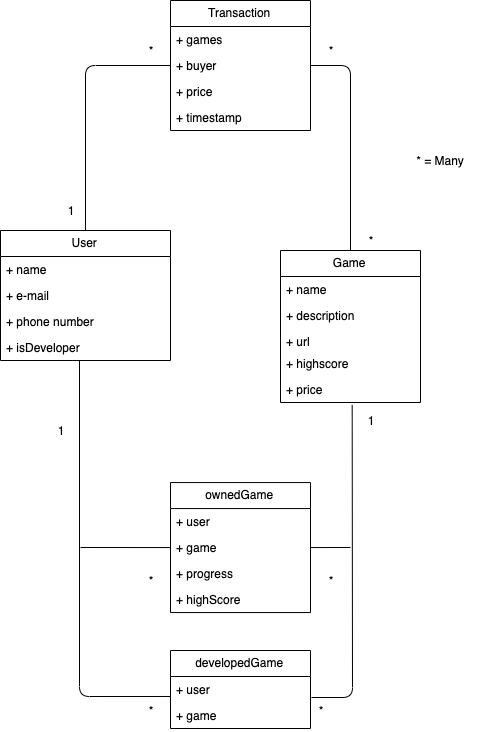
Before: modelsRelation.png, a diagram exported from draw.io (miikkatervo/Game-X-Changers). Source tidied: cells renumbered, new cells last; positions are measured from the earlier drawing's top-left corner, leaving out a move shared by most shapes.
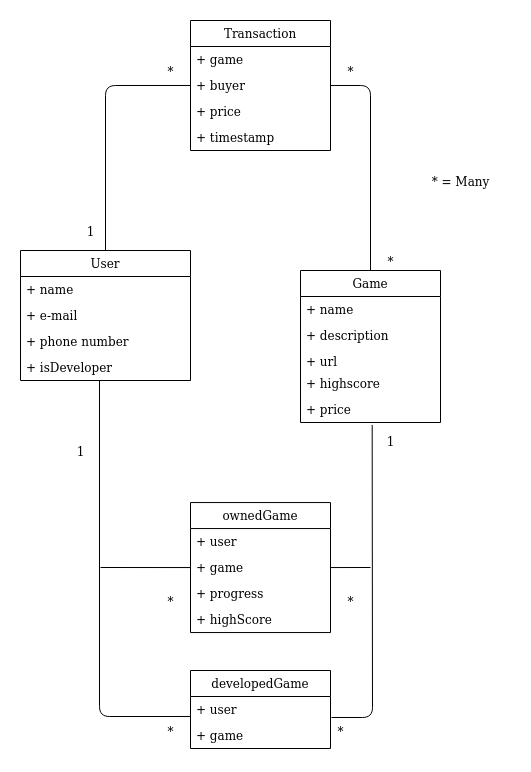
After the change.

What changed in the source:
```diff
@@ -38,9 +38,9 @@
     <mxCell id="13" value="Transaction" style="swimlane;fontStyle=0;horizontal=1;startSize=26;fillColor=none;" parent="1" vertex="1">
       <mxGeometry x="170" width="140" height="130" as="geometry" />
     </mxCell>
-    <mxCell id="14" value="+ games" style="text;strokeColor=none;fillColor=none;align=left;verticalAlign=top;spacingLeft=4;spacingRight=4;overflow=hidden;" parent="13" vertex="1">
-      <mxGeometry y="26" width="140" height="26" as="geometry" />
-    </mxCell>
+    <mxCell id="43" value="+ game" style="text;strokeColor=none;fillColor=none;align=left;verticalAlign=top;spacingLeft=4;spacingRight=4;overflow=hidden;" parent="13" vertex="1">
+      <mxGeometry y="26" width="140" height="26" as="geometry" />
+    </mxCell>
     <mxCell id="15" value="+ buyer" style="text;strokeColor=none;fillColor=none;align=left;verticalAlign=top;spacingLeft=4;spacingRight=4;overflow=hidden;points=[[0,0.5],[1,0.5]];portConstraint=eastwest;" parent="13" vertex="1">
       <mxGeometry y="52" width="140" height="26" as="geometry" />
     </mxCell>
@@ -79,33 +79,33 @@
     <mxCell id="24" value="ownedGame" style="swimlane;fontStyle=0;horizontal=1;startSize=26;fillColor=none;" parent="1" vertex="1">
       <mxGeometry x="170" y="482.1" width="140" height="130" as="geometry" />
     </mxCell>
-    <mxCell id="25" value="+ user" style="text;strokeColor=none;fillColor=none;align=left;verticalAlign=top;spacingLeft=4;spacingRight=4;overflow=hidden;" parent="24" vertex="1">
-      <mxGeometry y="26" width="140" height="26" as="geometry" />
-    </mxCell>
-    <mxCell id="26" value="+ game" style="text;strokeColor=none;fillColor=none;align=left;verticalAlign=top;spacingLeft=4;spacingRight=4;overflow=hidden;points=[[0,0.5],[1,0.5]];portConstraint=eastwest;" parent="24" vertex="1">
-      <mxGeometry y="52" width="140" height="26" as="geometry" />
-    </mxCell>
+    <mxCell id="44" value="+ user" style="text;strokeColor=none;fillColor=none;align=left;verticalAlign=top;spacingLeft=4;spacingRight=4;overflow=hidden;" parent="24" vertex="1">
+      <mxGeometry y="26" width="140" height="26" as="geometry" />
+    </mxCell>
+    <mxCell id="45" value="+ game" style="text;strokeColor=none;fillColor=none;align=left;verticalAlign=top;spacingLeft=4;spacingRight=4;overflow=hidden;points=[[0,0.5],[1,0.5]];portConstraint=eastwest;" parent="24" vertex="1">
+      <mxGeometry y="52" width="140" height="26" as="geometry" />
+    </mxCell>
     <mxCell id="27" value="+ progress" style="text;strokeColor=none;fillColor=none;align=left;verticalAlign=top;spacingLeft=4;spacingRight=4;overflow=hidden;" parent="24" vertex="1">
       <mxGeometry y="78" width="140" height="26" as="geometry" />
     </mxCell>
     <mxCell id="28" value="+ highScore" style="text;strokeColor=none;fillColor=none;align=left;verticalAlign=top;spacingLeft=4;spacingRight=4;overflow=hidden;" parent="24" vertex="1">
       <mxGeometry y="104" width="140" height="26" as="geometry" />
     </mxCell>
-    <mxCell id="29" style="endArrow=none;endFill=0;endSize=12;html=1;exitX=0;exitY=0.769;exitDx=0;exitDy=0;exitPerimeter=0;" parent="1" edge="1" source="37">
-      <mxGeometry relative="1" as="geometry">
-        <mxPoint x="79" y="360" as="targetPoint" />
-        <Array as="points">
-          <mxPoint x="79" y="696" />
-        </Array>
-      </mxGeometry>
-    </mxCell>
-    <mxCell id="30" style="endArrow=none;endFill=0;endSize=12;html=1;exitX=1.007;exitY=0.808;exitDx=0;exitDy=0;entryX=0.512;entryY=1.093;entryDx=0;entryDy=0;entryPerimeter=0;exitPerimeter=0;" parent="1" edge="1" source="37" target="12">
-      <mxGeometry relative="1" as="geometry">
-        <Array as="points">
-          <mxPoint x="352" y="697" />
-        </Array>
-      </mxGeometry>
-    </mxCell>
+    <mxCell id="46" style="endArrow=none;endFill=0;endSize=12;html=1;exitX=0;exitY=0.769;exitDx=0;exitDy=0;exitPerimeter=0;" parent="1" edge="1" source="48">
+      <mxGeometry relative="1" as="geometry">
+        <mxPoint x="79" y="360" as="targetPoint" />
+        <Array as="points">
+          <mxPoint x="79" y="696" />
+        </Array>
+      </mxGeometry>
+    </mxCell>
+    <mxCell id="47" style="endArrow=none;endFill=0;endSize=12;html=1;exitX=1.007;exitY=0.808;exitDx=0;exitDy=0;entryX=0.512;entryY=1.093;entryDx=0;entryDy=0;entryPerimeter=0;exitPerimeter=0;" parent="1" edge="1" source="48" target="12">
+      <mxGeometry relative="1" as="geometry">
+        <Array as="points">
+          <mxPoint x="352" y="697" />
+        </Array>
+      </mxGeometry>
+    </mxCell>
     <mxCell id="31" value="1" style="text;html=1;strokeColor=none;fillColor=none;align=center;verticalAlign=middle;whiteSpace=wrap;rounded=0;" parent="1" vertex="1">
       <mxGeometry x="350" y="410" width="40" height="20" as="geometry" />
     </mxCell>
@@ -124,22 +124,22 @@
     <mxCell id="36" value="developedGame" style="swimlane;fontStyle=0;horizontal=1;startSize=26;fillColor=none;" parent="1" vertex="1">
       <mxGeometry x="170" y="650" width="140" height="78" as="geometry" />
     </mxCell>
-    <mxCell id="37" value="+ user" style="text;strokeColor=none;fillColor=none;align=left;verticalAlign=top;spacingLeft=4;spacingRight=4;overflow=hidden;points=[[0,0.5],[1,0.5]];portConstraint=eastwest;" parent="36" vertex="1">
-      <mxGeometry y="26" width="140" height="26" as="geometry" />
-    </mxCell>
-    <mxCell id="38" value="+ game" style="text;strokeColor=none;fillColor=none;align=left;verticalAlign=top;spacingLeft=4;spacingRight=4;overflow=hidden;" parent="36" vertex="1">
-      <mxGeometry y="52" width="140" height="26" as="geometry" />
-    </mxCell>
-    <mxCell id="39" style="endArrow=none;html=1;entryX=0;entryY=0.5;entryDx=0;entryDy=0;" parent="1" edge="1" target="26">
-      <mxGeometry relative="1" as="geometry">
-        <mxPoint x="80" y="547" as="sourcePoint" />
-      </mxGeometry>
-    </mxCell>
-    <mxCell id="40" style="endArrow=none;html=1;exitX=1;exitY=0.5;exitDx=0;exitDy=0;" parent="1" edge="1" source="26">
-      <mxGeometry relative="1" as="geometry">
-        <mxPoint x="350" y="547" as="targetPoint" />
-      </mxGeometry>
-    </mxCell>
+    <mxCell id="48" value="+ user" style="text;strokeColor=none;fillColor=none;align=left;verticalAlign=top;spacingLeft=4;spacingRight=4;overflow=hidden;points=[[0,0.5],[1,0.5]];portConstraint=eastwest;" parent="36" vertex="1">
+      <mxGeometry y="26" width="140" height="26" as="geometry" />
+    </mxCell>
+    <mxCell id="49" value="+ game" style="text;strokeColor=none;fillColor=none;align=left;verticalAlign=top;spacingLeft=4;spacingRight=4;overflow=hidden;" parent="36" vertex="1">
+      <mxGeometry y="52" width="140" height="26" as="geometry" />
+    </mxCell>
+    <mxCell id="50" style="endArrow=none;html=1;entryX=0;entryY=0.5;entryDx=0;entryDy=0;" parent="1" edge="1" target="45">
+      <mxGeometry relative="1" as="geometry">
+        <mxPoint x="80" y="547" as="sourcePoint" />
+      </mxGeometry>
+    </mxCell>
+    <mxCell id="51" style="endArrow=none;html=1;exitX=1;exitY=0.5;exitDx=0;exitDy=0;" parent="1" edge="1" source="45">
+      <mxGeometry relative="1" as="geometry">
+        <mxPoint x="350" y="547" as="targetPoint" />
+      </mxGeometry>
+    </mxCell>
     <mxCell id="41" value="*" style="text;html=1;strokeColor=none;fillColor=none;align=center;verticalAlign=middle;whiteSpace=wrap;rounded=0;" parent="1" vertex="1">
       <mxGeometry x="130" y="700" width="40" height="20" as="geometry" />
     </mxCell>
```
